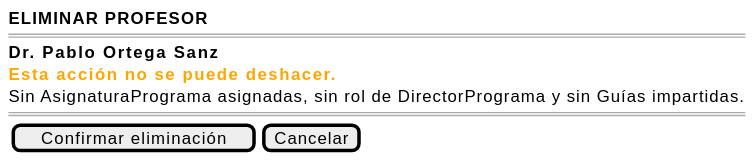
Before: images/RUP/01-requisitos/03-detalle-casos-uso/eliminarProfesor/wireframe-confirmacion.svg, a diagram exported from PlantUML (mmasias/pyCeldaPublico). Source of this version:
```plantuml
@startsalt eliminarProfesor-wireframe-confirmacion
{
    <b>ELIMINAR PROFESOR</b>
    ====
    <b>Dr. Pablo Ortega Sanz</b>

    <color:orange><b>Esta acción no se puede deshacer.</b></color>
    Sin AsignaturaPrograma asignadas, sin rol de DirectorPrograma y sin Guías impartidas.
    ====
    {[Confirmar eliminación] | [Cancelar]}
}
@endsalt
```
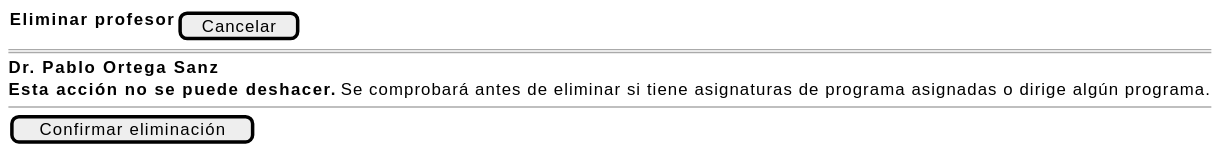
The same diagram one commit later.

Change to the diagram source:
```diff
@@ -1,12 +1,10 @@
 @startsalt eliminarProfesor-wireframe-confirmacion
 {
-    <b>ELIMINAR PROFESOR</b>
+    { <b>Eliminar profesor</b> | [ Cancelar ] }
     ====
     <b>Dr. Pablo Ortega Sanz</b>
-
-    <color:orange><b>Esta acción no se puede deshacer.</b></color>
-    Sin AsignaturaPrograma asignadas, sin rol de DirectorPrograma y sin Guías impartidas.
-    ====
-    {[Confirmar eliminación] | [Cancelar]}
+    <b>Esta acción no se puede deshacer.</b> Se comprobará antes de eliminar si tiene asignaturas de programa asignadas o dirige algún programa.
+    --
+    [Confirmar eliminación]
 }
 @endsalt
```
